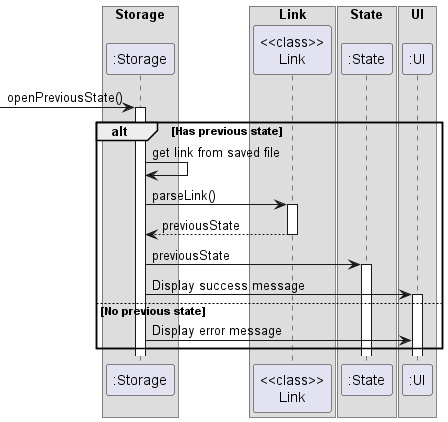
The PlantUML diagram docs/images/storageOpenPreviousState.png in nus-cs2113-AY2223S1/tp, before a commit.
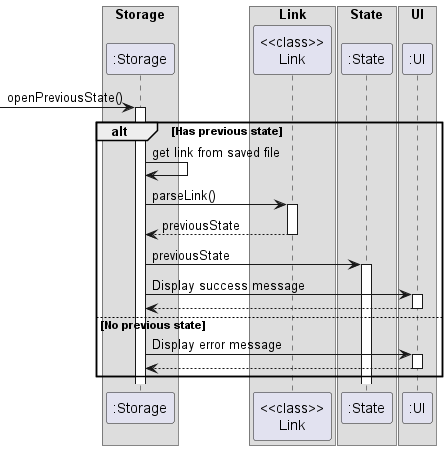
After the commit.

Commit message:
Add more test and correct uml diagrams

The edit, as a diff of the source:
```diff
@@ -22,9 +22,12 @@
 
     Storage -> State ++ : previousState
     Storage -> UI ++ : Display success message
-
+    UI --> Storage
+    deactivate UI
 else No previous state
-    Storage -> UI : Display error message
+    Storage -> UI ++ : Display error message
+    UI --> Storage
+    deactivate UI
 end
 
 @enduml
```
